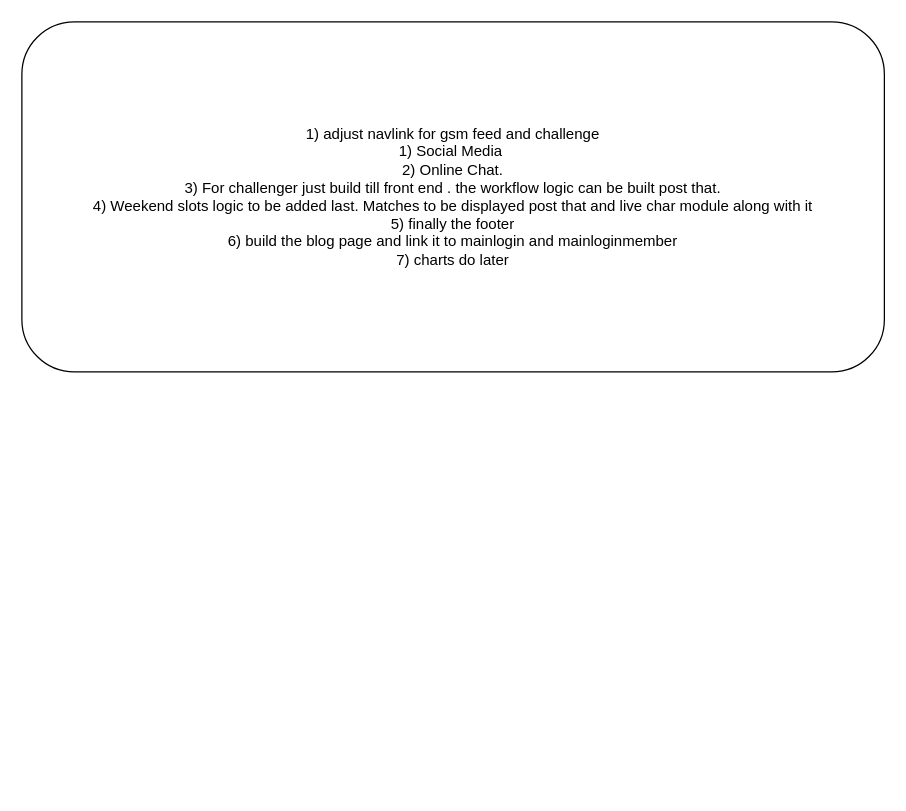
Above: page "What is pending" (6 of 8) of Untitled Diagram.drawio in snair0410/cv (draw.io), before the change. Source tidied: cells renumbered, new cells numbered last; positions are measured from the earlier drawing's top-left corner, leaving out a move shared by most shapes. Both pictures are drawn from the tidied source at 125%, with x=0, y=0 at pixel (21, 21).
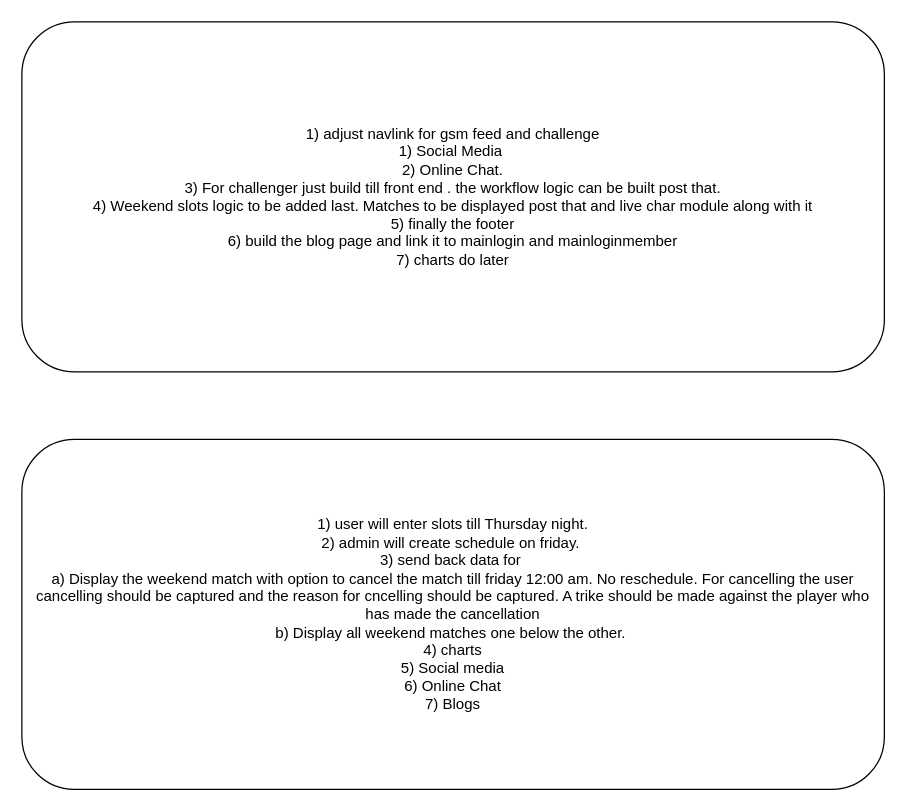
The same diagram, later.

Diff of the diagram source:
```diff
@@
 <mxGraphModel>
   <root>
     <mxCell id="0" />
     <mxCell id="1" parent="0" />
     <mxCell id="2" value="1) adjust navlink for gsm feed and challenge&lt;br&gt;1) Social Media&amp;nbsp;&lt;br&gt;2) Online Chat.&lt;br&gt;3) For challenger just build till front end . the workflow logic can be built post that.&lt;br&gt;4) Weekend slots logic to be added last. Matches to be displayed post that and live char module along with it&lt;br&gt;5) finally the footer&lt;br&gt;6) build the blog page and link it to mainlogin and mainloginmember&lt;br&gt;7) charts do later" style="rounded=1;whiteSpace=wrap;html=1;" parent="1" vertex="1">
       <mxGeometry width="690" height="280" as="geometry" />
     </mxCell>
+    <mxCell id="3" value="1) user will enter slots till Thursday night.&lt;br&gt;2) admin will create schedule on friday.&amp;nbsp;&lt;br&gt;3) send back data for&amp;nbsp;&lt;br&gt;a) Display the weekend match with option to cancel the match till friday 12:00 am. No reschedule. For cancelling the user cancelling should be captured and the reason for cncelling should be captured. A trike should be made against the player who has made the cancellation&lt;br&gt;b) Display all weekend matches one below the other.&amp;nbsp;&lt;br&gt;4) charts&lt;br&gt;5) Social media&lt;br&gt;6) Online Chat&lt;br&gt;7) Blogs&lt;br&gt;" style="rounded=1;whiteSpace=wrap;html=1;" parent="1" vertex="1">
+      <mxGeometry y="334" width="690" height="280" as="geometry" />
+    </mxCell>
   </root>
 </mxGraphModel>
```
